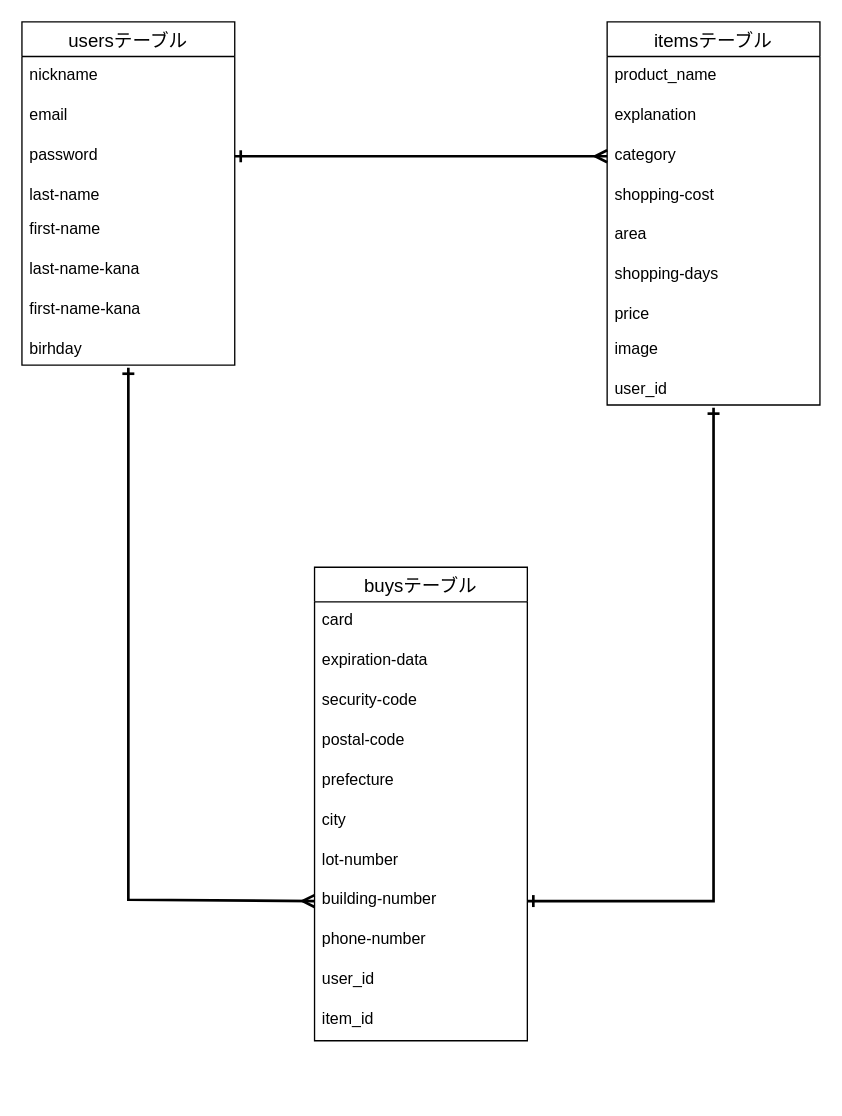
Before: furima.dio in Tatsuhiro-Kajiya/furima-32575, a draw.io diagram. Source tidied: cells renumbered, new cells numbered last; positions are measured from the earlier drawing's top-left corner, leaving out a move shared by most shapes. Both pictures are drawn from the tidied source at 133%, with x=0, y=0 at pixel (21, 21).
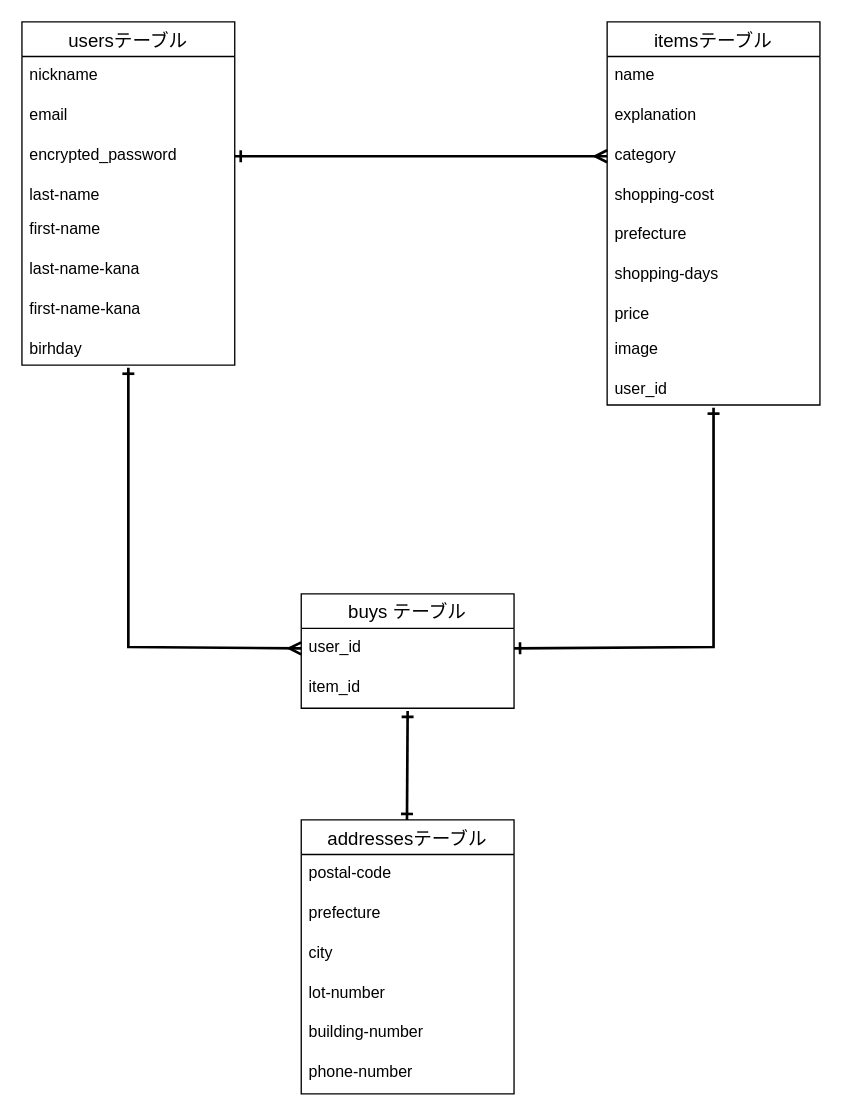
Above is the later version.

Commit message (it also covers changes not shown here):
DB設計の修正1

The change refers to these unchanged cells:
```xml
<mxCell id="2" value="usersテーブル" style="swimlane;fontStyle=0;horizontal=1;startSize=26;align=center;fontSize=14;" parent="1" vertex="1">
  <mxGeometry width="160" height="258" as="geometry" />
</mxCell>
<mxCell id="11" value="itemsテーブル" style="swimlane;fontStyle=0;horizontal=1;startSize=26;align=center;fontSize=14;" parent="1" vertex="1">
  <mxGeometry x="440" width="160" height="288" as="geometry" />
</mxCell>
<mxCell id="20" value="user_id" style="text;strokeColor=none;fillColor=none;align=left;verticalAlign=top;spacingLeft=4;spacingRight=4;overflow=hidden;points=[[0,0.5],[1,0.5]];portConstraint=eastwest;" parent="11" vertex="1">
  <mxGeometry y="262" width="160" height="26" as="geometry" />
</mxCell>
```

Diff of the diagram source:
```diff
@@
-    <mxCell id="5" value="password" style="text;strokeColor=none;fillColor=none;spacingLeft=4;spacingRight=4;overflow=hidden;points=[[0,0.5],[1,0.5]];portConstraint=eastwest;fontSize=12;" parent="2" vertex="1">
+    <mxCell id="5" value="encrypted_password" style="text;strokeColor=none;fillColor=none;spacingLeft=4;spacingRight=4;overflow=hidden;points=[[0,0.5],[1,0.5]];portConstraint=eastwest;fontSize=12;" parent="2" vertex="1">
       <mxGeometry y="86" width="160" height="30" as="geometry" />
     </mxCell>
@@
-    <mxCell id="12" value="product_name" style="text;strokeColor=none;fillColor=none;spacingLeft=4;spacingRight=4;overflow=hidden;fontSize=12;" parent="11" vertex="1">
+    <mxCell id="12" value="name" style="text;strokeColor=none;fillColor=none;spacingLeft=4;spacingRight=4;overflow=hidden;fontSize=12;" parent="11" vertex="1">
       <mxGeometry y="26" width="160" height="30" as="geometry" />
     </mxCell>
@@
-    <mxCell id="16" value="area" style="text;strokeColor=none;fillColor=none;spacingLeft=4;spacingRight=4;overflow=hidden;fontSize=12;" parent="11" vertex="1">
+    <mxCell id="16" value="prefecture" style="text;strokeColor=none;fillColor=none;spacingLeft=4;spacingRight=4;overflow=hidden;fontSize=12;" parent="11" vertex="1">
       <mxGeometry y="146" width="160" height="30" as="geometry" />
     </mxCell>
@@
-    <mxCell id="21" value="buysテーブル" style="swimlane;fontStyle=0;horizontal=1;startSize=26;align=center;fontSize=14;" parent="1" vertex="1">
-      <mxGeometry x="220" y="410" width="160" height="356" as="geometry" />
+    <mxCell id="21" value="addressesテーブル" style="swimlane;fontStyle=0;horizontal=1;startSize=26;align=center;fontSize=14;" parent="1" vertex="1">
+      <mxGeometry x="210" y="600" width="160" height="206" as="geometry" />
     </mxCell>
-    <mxCell id="22" value="card" style="text;strokeColor=none;fillColor=none;spacingLeft=4;spacingRight=4;overflow=hidden;fontSize=12;" parent="21" vertex="1">
-      <mxGeometry y="26" width="160" height="30" as="geometry" />
-    </mxCell>
-    <mxCell id="23" value="expiration-data" style="text;strokeColor=none;fillColor=none;spacingLeft=4;spacingRight=4;overflow=hidden;fontSize=12;" parent="21" vertex="1">
-      <mxGeometry y="56" width="160" height="30" as="geometry" />
-    </mxCell>
-    <mxCell id="24" value="security-code" style="text;strokeColor=none;fillColor=none;spacingLeft=4;spacingRight=4;overflow=hidden;fontSize=12;" parent="21" vertex="1">
-      <mxGeometry y="86" width="160" height="30" as="geometry" />
-    </mxCell>
     <mxCell id="25" value="postal-code" style="text;strokeColor=none;fillColor=none;spacingLeft=4;spacingRight=4;overflow=hidden;fontSize=12;" parent="21" vertex="1">
-      <mxGeometry y="116" width="160" height="30" as="geometry" />
+      <mxGeometry y="26" width="160" height="30" as="geometry" />
     </mxCell>
     <mxCell id="26" value="prefecture" style="text;strokeColor=none;fillColor=none;spacingLeft=4;spacingRight=4;overflow=hidden;fontSize=12;" parent="21" vertex="1">
-      <mxGeometry y="146" width="160" height="30" as="geometry" />
+      <mxGeometry y="56" width="160" height="30" as="geometry" />
     </mxCell>
     <mxCell id="27" value="city" style="text;strokeColor=none;fillColor=none;spacingLeft=4;spacingRight=4;overflow=hidden;fontSize=12;" parent="21" vertex="1">
-      <mxGeometry y="176" width="160" height="30" as="geometry" />
+      <mxGeometry y="86" width="160" height="30" as="geometry" />
     </mxCell>
     <mxCell id="28" value="lot-number" style="text;strokeColor=none;fillColor=none;spacingLeft=4;spacingRight=4;overflow=hidden;fontSize=12;" parent="21" vertex="1">
-      <mxGeometry y="206" width="160" height="30" as="geometry" />
+      <mxGeometry y="116" width="160" height="30" as="geometry" />
     </mxCell>
     <mxCell id="29" value="building-number" style="text;strokeColor=none;fillColor=none;spacingLeft=4;spacingRight=4;overflow=hidden;points=[[0,0.5],[1,0.5]];portConstraint=eastwest;fontSize=12;" parent="21" vertex="1">
-      <mxGeometry y="236" width="160" height="30" as="geometry" />
+      <mxGeometry y="146" width="160" height="30" as="geometry" />
     </mxCell>
     <mxCell id="30" value="phone-number" style="text;strokeColor=none;fillColor=none;spacingLeft=4;spacingRight=4;overflow=hidden;fontSize=12;" parent="21" vertex="1">
-      <mxGeometry y="266" width="160" height="30" as="geometry" />
+      <mxGeometry y="176" width="160" height="30" as="geometry" />
     </mxCell>
-    <mxCell id="31" value="user_id" style="text;strokeColor=none;fillColor=none;spacingLeft=4;spacingRight=4;overflow=hidden;points=[[0,0.5],[1,0.5]];portConstraint=eastwest;fontSize=12;" parent="21" vertex="1">
-      <mxGeometry y="296" width="160" height="30" as="geometry" />
-    </mxCell>
-    <mxCell id="32" value="item_id" style="text;strokeColor=none;fillColor=none;spacingLeft=4;spacingRight=4;overflow=hidden;fontSize=12;" parent="21" vertex="1">
-      <mxGeometry y="326" width="160" height="30" as="geometry" />
-    </mxCell>
@@
-    <mxCell id="34" style="endArrow=ERone;html=1;rounded=0;strokeWidth=2;exitX=1;exitY=0.5;exitDx=0;exitDy=0;endFill=0;startArrow=ERone;startFill=0;entryX=0.5;entryY=1.077;entryDx=0;entryDy=0;entryPerimeter=0;" parent="1" edge="1" source="29" target="20">
+    <mxCell id="34" style="endArrow=ERone;html=1;rounded=0;strokeWidth=2;endFill=0;startArrow=ERone;startFill=0;entryX=0.5;entryY=1.077;entryDx=0;entryDy=0;entryPerimeter=0;exitX=1;exitY=0.5;exitDx=0;exitDy=0;" parent="1" edge="1" source="31" target="20">
       <mxGeometry relative="1" as="geometry">
         <Array as="points">
-          <mxPoint x="520" y="661" />
+          <mxPoint x="520" y="470" />
         </Array>
       </mxGeometry>
     </mxCell>
-    <mxCell id="35" style="endArrow=ERmany;html=1;strokeWidth=2;entryX=0;entryY=0.5;entryDx=0;entryDy=0;startArrow=ERone;startFill=0;endFill=0;rounded=0;" parent="1" edge="1" target="29">
+    <mxCell id="35" style="endArrow=ERmany;html=1;strokeWidth=2;startArrow=ERone;startFill=0;endFill=0;rounded=0;entryX=0;entryY=0.5;entryDx=0;entryDy=0;" parent="1" edge="1" target="31">
       <mxGeometry relative="1" as="geometry">
         <mxPoint x="80" y="260" as="sourcePoint" />
         <Array as="points">
           <mxPoint x="80" y="300" />
-          <mxPoint x="80" y="660" />
+          <mxPoint x="80" y="470" />
         </Array>
       </mxGeometry>
     </mxCell>
+    <mxCell id="36" style="endArrow=ERone;html=1;rounded=0;endFill=0;startArrow=ERone;startFill=0;strokeWidth=2;" parent="1" edge="1">
+      <mxGeometry relative="1" as="geometry">
+        <mxPoint x="290" y="518" as="sourcePoint" />
+        <mxPoint x="289.5" y="600" as="targetPoint" />
+      </mxGeometry>
+    </mxCell>
+    <mxCell id="37" value="buys テーブル" style="swimlane;fontStyle=0;horizontal=1;startSize=26;align=center;fontSize=14;" parent="1" vertex="1">
+      <mxGeometry x="210" y="430" width="160" height="86" as="geometry" />
+    </mxCell>
+    <mxCell id="31" value="user_id" style="text;strokeColor=none;fillColor=none;spacingLeft=4;spacingRight=4;overflow=hidden;points=[[0,0.5],[1,0.5]];portConstraint=eastwest;fontSize=12;" parent="37" vertex="1">
+      <mxGeometry y="26" width="160" height="30" as="geometry" />
+    </mxCell>
+    <mxCell id="32" value="item_id" style="text;strokeColor=none;fillColor=none;spacingLeft=4;spacingRight=4;overflow=hidden;fontSize=12;" parent="37" vertex="1">
+      <mxGeometry y="56" width="160" height="30" as="geometry" />
+    </mxCell>
```
